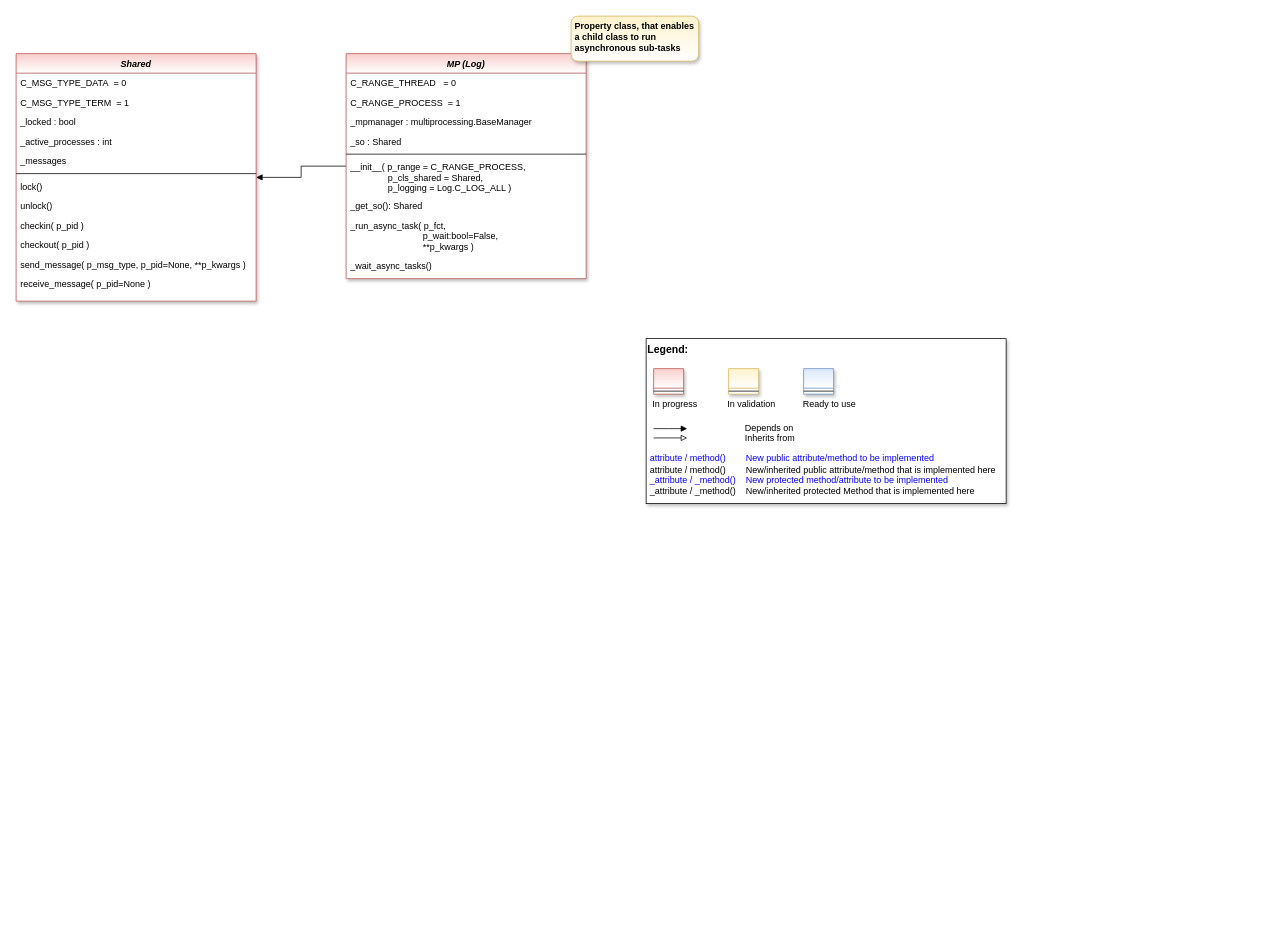
The draw.io diagram doc/rtd/content/append2/core/images/bf/MLPro-BF-MP_class_diagram.drawio in fhswf/MLPro, before the edit. Source tidied: cells renumbered, new cells numbered last; positions are measured from the earlier drawing's top-left corner, leaving out a move shared by most shapes. Both pictures are drawn from the tidied source at 75%, with x=0, y=0 at pixel (16, 16).
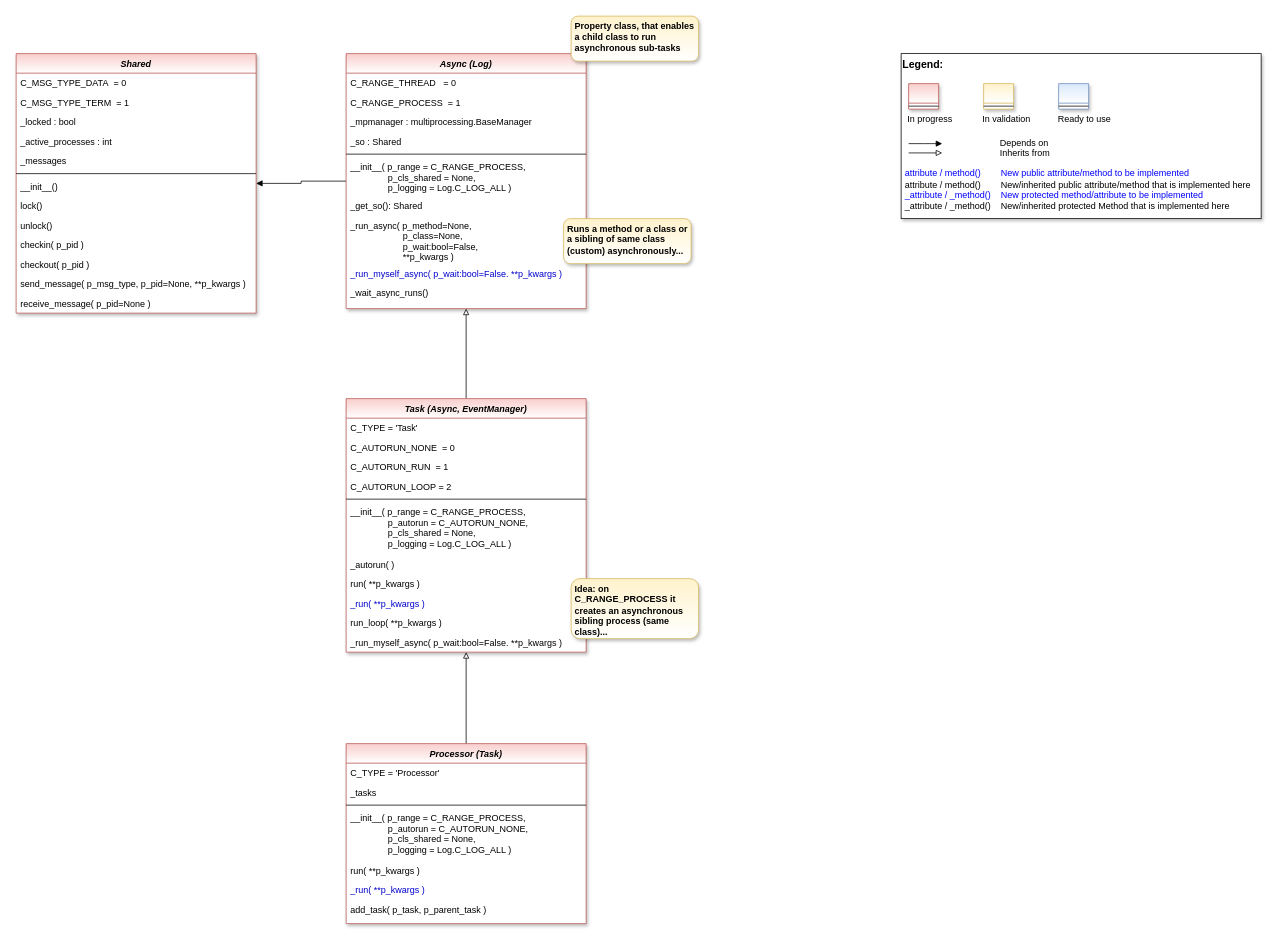
The same page after the edit.

What changed in the source:
```diff
@@
     <mxCell id="2" style="group;" parent="1" vertex="1">
-      <mxGeometry x="840" y="430" width="480" height="220" as="geometry" />
+      <mxGeometry x="1180" y="50" width="480" height="220" as="geometry" />
     </mxCell>
@@
     <mxCell id="12" value="Shared" style="swimlane;fontStyle=3;align=center;verticalAlign=top;horizontal=1;startSize=26;rounded=0;shadow=1;strokeWidth=1;fillColor=#f8cecc;strokeColor=#b85450;glass=0;swimlaneFillColor=#ffffff;gradientColor=#ffffff;" parent="1" vertex="1">
-      <mxGeometry y="50" width="320" height="330" as="geometry" />
+      <mxGeometry y="50" width="320" height="346" as="geometry" />
     </mxCell>
@@
+    <mxCell id="37" value="__init__()" style="text;align=left;verticalAlign=top;spacingLeft=4;spacingRight=4;overflow=hidden;" parent="12" vertex="1">
+      <mxGeometry y="164" width="320" height="26" as="geometry" />
+    </mxCell>
     <mxCell id="19" value="lock()" style="text;align=left;verticalAlign=top;spacingLeft=4;spacingRight=4;overflow=hidden;" parent="12" vertex="1">
-      <mxGeometry y="164" width="320" height="26" as="geometry" />
+      <mxGeometry y="190" width="320" height="26" as="geometry" />
     </mxCell>
     <mxCell id="20" value="unlock()" style="text;align=left;verticalAlign=top;spacingLeft=4;spacingRight=4;overflow=hidden;" parent="12" vertex="1">
-      <mxGeometry y="190" width="320" height="26" as="geometry" />
+      <mxGeometry y="216" width="320" height="26" as="geometry" />
     </mxCell>
     <mxCell id="21" value="checkin( p_pid )" style="text;align=left;verticalAlign=top;spacingLeft=4;spacingRight=4;overflow=hidden;" parent="12" vertex="1">
-      <mxGeometry y="216" width="320" height="26" as="geometry" />
+      <mxGeometry y="242" width="320" height="26" as="geometry" />
     </mxCell>
     <mxCell id="22" value="checkout( p_pid )" style="text;align=left;verticalAlign=top;spacingLeft=4;spacingRight=4;overflow=hidden;" parent="12" vertex="1">
-      <mxGeometry y="242" width="320" height="26" as="geometry" />
+      <mxGeometry y="268" width="320" height="26" as="geometry" />
     </mxCell>
     <mxCell id="23" value="send_message( p_msg_type, p_pid=None, **p_kwargs )" style="text;align=left;verticalAlign=top;spacingLeft=4;spacingRight=4;overflow=hidden;" parent="12" vertex="1">
-      <mxGeometry y="268" width="320" height="26" as="geometry" />
+      <mxGeometry y="294" width="320" height="26" as="geometry" />
     </mxCell>
     <mxCell id="24" value="receive_message( p_pid=None )" style="text;align=left;verticalAlign=top;spacingLeft=4;spacingRight=4;overflow=hidden;" parent="12" vertex="1">
-      <mxGeometry y="294" width="320" height="26" as="geometry" />
+      <mxGeometry y="320" width="320" height="26" as="geometry" />
     </mxCell>
@@
-    <mxCell id="26" value="MP (Log)" style="swimlane;fontStyle=3;align=center;verticalAlign=top;horizontal=1;startSize=26;rounded=0;shadow=1;strokeWidth=1;fillColor=#f8cecc;strokeColor=#b85450;glass=0;swimlaneFillColor=#ffffff;gradientColor=#ffffff;" parent="1" vertex="1">
-      <mxGeometry x="440" y="50" width="320" height="300" as="geometry" />
+    <mxCell id="26" value="Async (Log)" style="swimlane;fontStyle=3;align=center;verticalAlign=top;horizontal=1;startSize=26;rounded=0;shadow=1;strokeWidth=1;fillColor=#f8cecc;strokeColor=#b85450;glass=0;swimlaneFillColor=#ffffff;gradientColor=#ffffff;" parent="1" vertex="1">
+      <mxGeometry x="440" y="50" width="320" height="340" as="geometry" />
     </mxCell>
@@
-    <mxCell id="32" value="__init__( p_range = C_RANGE_PROCESS,&#10;               p_cls_shared = Shared,&#10;               p_logging = Log.C_LOG_ALL )" style="text;align=left;verticalAlign=top;spacingLeft=4;spacingRight=4;overflow=hidden;fontColor=default;" parent="26" vertex="1">
+    <mxCell id="32" value="__init__( p_range = C_RANGE_PROCESS,&#10;               p_cls_shared = None,&#10;               p_logging = Log.C_LOG_ALL )" style="text;align=left;verticalAlign=top;spacingLeft=4;spacingRight=4;overflow=hidden;fontColor=default;" parent="26" vertex="1">
       <mxGeometry y="138" width="320" height="52" as="geometry" />
     </mxCell>
@@
-    <mxCell id="34" value="_run_async_task( p_fct,&#10;                             p_wait:bool=False,&#10;                             **p_kwargs )" style="text;align=left;verticalAlign=top;spacingLeft=4;spacingRight=4;overflow=hidden;" parent="26" vertex="1">
-      <mxGeometry y="216" width="320" height="54" as="geometry" />
+    <mxCell id="34" value="_run_async( p_method=None,&#10;                     p_class=None,&#10;                     p_wait:bool=False,&#10;                     **p_kwargs )" style="text;align=left;verticalAlign=top;spacingLeft=4;spacingRight=4;overflow=hidden;fontColor=default;" parent="26" vertex="1">
+      <mxGeometry y="216" width="320" height="64" as="geometry" />
     </mxCell>
+    <mxCell id="38" value="_run_myself_async( p_wait:bool=False. **p_kwargs )" style="text;align=left;verticalAlign=top;spacingLeft=4;spacingRight=4;overflow=hidden;fontColor=#0000CC;" parent="26" vertex="1">
+      <mxGeometry y="280" width="320" height="26" as="geometry" />
+    </mxCell>
-    <mxCell id="35" value="_wait_async_tasks()" style="text;align=left;verticalAlign=top;spacingLeft=4;spacingRight=4;overflow=hidden;" parent="26" vertex="1">
-      <mxGeometry y="270" width="320" height="26" as="geometry" />
+    <mxCell id="35" value="_wait_async_runs()" style="text;align=left;verticalAlign=top;spacingLeft=4;spacingRight=4;overflow=hidden;" parent="26" vertex="1">
+      <mxGeometry y="306" width="320" height="26" as="geometry" />
     </mxCell>
@@
+    <mxCell id="39" style="edgeStyle=orthogonalEdgeStyle;rounded=0;jettySize=auto;html=1;fontColor=#0000CC;endArrow=block;endFill=0;" parent="1" edge="1" source="40" target="26">
+      <mxGeometry relative="1" as="geometry" />
+    </mxCell>
+    <mxCell id="40" value="Task (Async, EventManager)" style="swimlane;fontStyle=3;align=center;verticalAlign=top;horizontal=1;startSize=26;rounded=0;shadow=1;strokeWidth=1;fillColor=#f8cecc;strokeColor=#b85450;glass=0;swimlaneFillColor=#ffffff;gradientColor=#ffffff;" parent="1" vertex="1">
+      <mxGeometry x="440" y="510" width="320" height="338" as="geometry" />
+    </mxCell>
+    <mxCell id="41" value="C_TYPE = 'Task'" style="text;align=left;verticalAlign=top;spacingLeft=4;spacingRight=4;overflow=hidden;" parent="40" vertex="1">
+      <mxGeometry y="26" width="320" height="26" as="geometry" />
+    </mxCell>
+    <mxCell id="42" value="C_AUTORUN_NONE  = 0" style="text;align=left;verticalAlign=top;spacingLeft=4;spacingRight=4;overflow=hidden;" parent="40" vertex="1">
+      <mxGeometry y="52" width="320" height="26" as="geometry" />
+    </mxCell>
+    <mxCell id="43" value="C_AUTORUN_RUN  = 1" style="text;align=left;verticalAlign=top;spacingLeft=4;spacingRight=4;overflow=hidden;" parent="40" vertex="1">
+      <mxGeometry y="78" width="320" height="26" as="geometry" />
+    </mxCell>
+    <mxCell id="44" value="C_AUTORUN_LOOP = 2" style="text;align=left;verticalAlign=top;spacingLeft=4;spacingRight=4;overflow=hidden;" parent="40" vertex="1">
+      <mxGeometry y="104" width="320" height="26" as="geometry" />
+    </mxCell>
+    <mxCell id="45" style="line;html=1;strokeWidth=1;align=left;verticalAlign=middle;spacingTop=-1;spacingLeft=3;spacingRight=3;labelPosition=right;" parent="40" vertex="1">
+      <mxGeometry y="130" width="320" height="8" as="geometry" />
+    </mxCell>
+    <mxCell id="46" value="__init__( p_range = C_RANGE_PROCESS,&#10;               p_autorun = C_AUTORUN_NONE,&#10;               p_cls_shared = None,&#10;               p_logging = Log.C_LOG_ALL )" style="text;align=left;verticalAlign=top;spacingLeft=4;spacingRight=4;overflow=hidden;fontColor=default;" parent="40" vertex="1">
+      <mxGeometry y="138" width="320" height="70" as="geometry" />
+    </mxCell>
+    <mxCell id="47" value="_autorun( )" style="text;align=left;verticalAlign=top;spacingLeft=4;spacingRight=4;overflow=hidden;fontColor=default;" parent="40" vertex="1">
+      <mxGeometry y="208" width="320" height="26" as="geometry" />
+    </mxCell>
+    <mxCell id="48" value="run( **p_kwargs )" style="text;align=left;verticalAlign=top;spacingLeft=4;spacingRight=4;overflow=hidden;" parent="40" vertex="1">
+      <mxGeometry y="234" width="320" height="26" as="geometry" />
+    </mxCell>
+    <mxCell id="49" value="_run( **p_kwargs )" style="text;align=left;verticalAlign=top;spacingLeft=4;spacingRight=4;overflow=hidden;fontColor=#0000CC;" parent="40" vertex="1">
+      <mxGeometry y="260" width="320" height="26" as="geometry" />
+    </mxCell>
+    <mxCell id="50" value="run_loop( **p_kwargs )" style="text;align=left;verticalAlign=top;spacingLeft=4;spacingRight=4;overflow=hidden;" parent="40" vertex="1">
+      <mxGeometry y="286" width="320" height="26" as="geometry" />
+    </mxCell>
+    <mxCell id="51" value="_run_myself_async( p_wait:bool=False. **p_kwargs )" style="text;align=left;verticalAlign=top;spacingLeft=4;spacingRight=4;overflow=hidden;fontColor=default;" parent="40" vertex="1">
+      <mxGeometry y="312" width="320" height="26" as="geometry" />
+    </mxCell>
+    <mxCell id="52" style="edgeStyle=orthogonalEdgeStyle;rounded=0;jettySize=auto;html=1;fontColor=#0000CC;endArrow=block;endFill=0;" parent="1" edge="1" source="53" target="40">
+      <mxGeometry relative="1" as="geometry" />
+    </mxCell>
+    <mxCell id="53" value="Processor (Task)" style="swimlane;fontStyle=3;align=center;verticalAlign=top;horizontal=1;startSize=26;rounded=0;shadow=1;strokeWidth=1;fillColor=#f8cecc;strokeColor=#b85450;glass=0;swimlaneFillColor=#ffffff;gradientColor=#ffffff;" parent="1" vertex="1">
+      <mxGeometry x="440" y="970" width="320" height="240" as="geometry" />
+    </mxCell>
+    <mxCell id="54" value="C_TYPE = 'Processor'" style="text;align=left;verticalAlign=top;spacingLeft=4;spacingRight=4;overflow=hidden;" parent="53" vertex="1">
+      <mxGeometry y="26" width="320" height="26" as="geometry" />
+    </mxCell>
+    <mxCell id="55" value="_tasks" style="text;align=left;verticalAlign=top;spacingLeft=4;spacingRight=4;overflow=hidden;" parent="53" vertex="1">
+      <mxGeometry y="52" width="320" height="26" as="geometry" />
+    </mxCell>
+    <mxCell id="56" style="line;html=1;strokeWidth=1;align=left;verticalAlign=middle;spacingTop=-1;spacingLeft=3;spacingRight=3;labelPosition=right;" parent="53" vertex="1">
+      <mxGeometry y="78" width="320" height="8" as="geometry" />
+    </mxCell>
+    <mxCell id="57" value="__init__( p_range = C_RANGE_PROCESS,&#10;               p_autorun = C_AUTORUN_NONE,&#10;               p_cls_shared = None,&#10;               p_logging = Log.C_LOG_ALL )" style="text;align=left;verticalAlign=top;spacingLeft=4;spacingRight=4;overflow=hidden;fontColor=default;" parent="53" vertex="1">
+      <mxGeometry y="86" width="320" height="70" as="geometry" />
+    </mxCell>
+    <mxCell id="58" value="run( **p_kwargs )" style="text;align=left;verticalAlign=top;spacingLeft=4;spacingRight=4;overflow=hidden;" parent="53" vertex="1">
+      <mxGeometry y="156" width="320" height="26" as="geometry" />
+    </mxCell>
+    <mxCell id="59" value="_run( **p_kwargs )" style="text;align=left;verticalAlign=top;spacingLeft=4;spacingRight=4;overflow=hidden;fontColor=#0000CC;" parent="53" vertex="1">
+      <mxGeometry y="182" width="320" height="26" as="geometry" />
+    </mxCell>
+    <mxCell id="60" value="add_task( p_task, p_parent_task )" style="text;align=left;verticalAlign=top;spacingLeft=4;spacingRight=4;overflow=hidden;" parent="53" vertex="1">
+      <mxGeometry y="208" width="320" height="26" as="geometry" />
+    </mxCell>
+    <mxCell id="61" value="Runs a method or a class or a sibling of same class (custom) asynchronously..." style="rounded=1;whiteSpace=wrap;html=1;fillColor=#fff2cc;strokeColor=#d6b656;shadow=1;gradientColor=#ffffff;fontStyle=1;align=left;verticalAlign=top;spacingRight=3;spacingLeft=3;" parent="1" vertex="1">
+      <mxGeometry x="730" y="270" width="170" height="60" as="geometry" />
+    </mxCell>
+    <mxCell id="62" value="Idea: on C_RANGE_PROCESS it creates an asynchronous sibling process (same class)..." style="rounded=1;whiteSpace=wrap;html=1;fillColor=#fff2cc;strokeColor=#d6b656;shadow=1;gradientColor=#ffffff;fontStyle=1;align=left;verticalAlign=top;spacingRight=3;spacingLeft=3;" parent="1" vertex="1">
+      <mxGeometry x="740" y="750" width="170" height="80" as="geometry" />
+    </mxCell>
```
